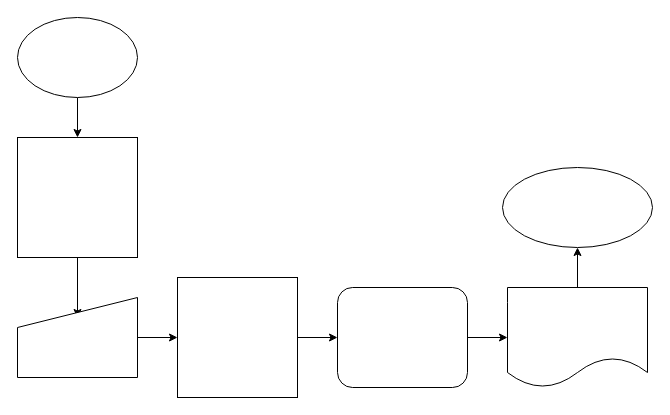
This is Diagrama sem nome.drawio from Jose90111/Nova-pasta, a draw.io file, before an edit. Source tidied: cells renumbered, new cells numbered last; positions are measured from the earlier drawing's top-left corner, leaving out a move shared by most shapes. Both pictures are drawn from the tidied source at 100%, with x=0, y=0 at pixel (17, 17).
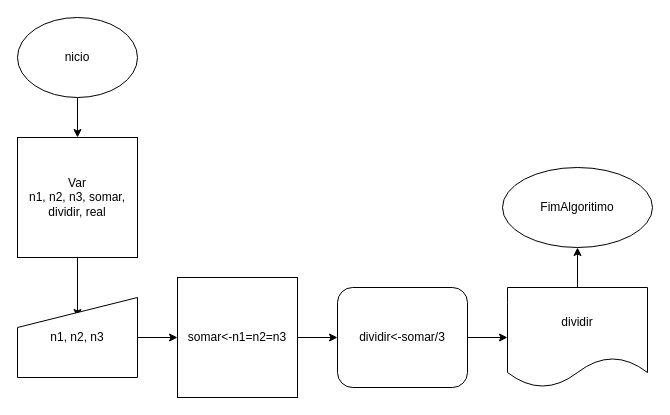
Above is the later version.

Diff of the diagram source:
```diff
@@
 <mxGraphModel background="#ffffff">
   <root>
     <mxCell id="0" />
     <mxCell id="1" parent="0" />
     <mxCell id="2" style="edgeStyle=orthogonalEdgeStyle;rounded=0;jettySize=auto;html=1;exitX=0.5;exitY=1;exitDx=0;exitDy=0;entryX=0.5;entryY=0;entryDx=0;entryDy=0;" parent="1" edge="1" source="3" target="5">
       <mxGeometry relative="1" as="geometry" />
     </mxCell>
-    <mxCell id="3" style="ellipse;whiteSpace=wrap;html=1;" parent="1" vertex="1">
+    <mxCell id="3" value="nicio" style="ellipse;whiteSpace=wrap;html=1;" parent="1" vertex="1">
       <mxGeometry width="120" height="80" as="geometry" />
     </mxCell>
     <mxCell id="4" style="edgeStyle=orthogonalEdgeStyle;rounded=0;jettySize=auto;html=1;exitX=0.5;exitY=1;exitDx=0;exitDy=0;entryX=0.5;entryY=0.25;entryDx=0;entryDy=0;entryPerimeter=0;" parent="1" edge="1" source="5" target="7">
       <mxGeometry relative="1" as="geometry" />
     </mxCell>
-    <mxCell id="5" style="whiteSpace=wrap;html=1;" parent="1" vertex="1">
+    <mxCell id="5" value="&lt;div&gt;Var&lt;/div&gt;&lt;div&gt;n1, n2, n3, somar, dividir, real&lt;br&gt;&lt;/div&gt;" style="whiteSpace=wrap;html=1;" parent="1" vertex="1">
       <mxGeometry y="120" width="120" height="120" as="geometry" />
     </mxCell>
     <mxCell id="6" style="edgeStyle=orthogonalEdgeStyle;rounded=0;jettySize=auto;html=1;" parent="1" edge="1" source="7" target="9">
       <mxGeometry relative="1" as="geometry" />
     </mxCell>
-    <mxCell id="7" style="shape=manualInput;whiteSpace=wrap;html=1;" parent="1" vertex="1">
+    <mxCell id="7" value="n1, n2, n3" style="shape=manualInput;whiteSpace=wrap;html=1;" parent="1" vertex="1">
       <mxGeometry y="280" width="120" height="80" as="geometry" />
     </mxCell>
     <mxCell id="8" style="edgeStyle=orthogonalEdgeStyle;rounded=0;jettySize=auto;html=1;entryX=0;entryY=0.5;entryDx=0;entryDy=0;" parent="1" edge="1" source="9" target="11">
       <mxGeometry relative="1" as="geometry" />
     </mxCell>
-    <mxCell id="9" style="whiteSpace=wrap;html=1;" parent="1" vertex="1">
+    <mxCell id="9" value="somar&amp;lt;-n1=n2=n3" style="whiteSpace=wrap;html=1;" parent="1" vertex="1">
       <mxGeometry x="160" y="260" width="120" height="120" as="geometry" />
     </mxCell>
     <mxCell id="10" style="edgeStyle=orthogonalEdgeStyle;rounded=0;jettySize=auto;html=1;entryX=0;entryY=0.5;entryDx=0;entryDy=0;" parent="1" edge="1" source="11" target="13">
       <mxGeometry relative="1" as="geometry" />
     </mxCell>
-    <mxCell id="11" style="rounded=1;whiteSpace=wrap;html=1;" parent="1" vertex="1">
+    <mxCell id="11" value="dividir&amp;lt;-somar/3" style="rounded=1;whiteSpace=wrap;html=1;" parent="1" vertex="1">
       <mxGeometry x="320" y="270" width="130" height="100" as="geometry" />
     </mxCell>
     <mxCell id="12" style="edgeStyle=orthogonalEdgeStyle;rounded=0;jettySize=auto;html=1;entryX=0.5;entryY=1;entryDx=0;entryDy=0;" parent="1" edge="1" source="13" target="14">
       <mxGeometry relative="1" as="geometry" />
     </mxCell>
-    <mxCell id="13" style="shape=document;whiteSpace=wrap;html=1;boundedLbl=1;" parent="1" vertex="1">
+    <mxCell id="13" value="dividir" style="shape=document;whiteSpace=wrap;html=1;boundedLbl=1;" parent="1" vertex="1">
       <mxGeometry x="490" y="270" width="140" height="100" as="geometry" />
     </mxCell>
-    <mxCell id="14" style="ellipse;whiteSpace=wrap;html=1;" parent="1" vertex="1">
+    <mxCell id="14" value="FimAlgoritimo" style="ellipse;whiteSpace=wrap;html=1;" parent="1" vertex="1">
       <mxGeometry x="485" y="150" width="150" height="80" as="geometry" />
     </mxCell>
   </root>
 </mxGraphModel>
```
